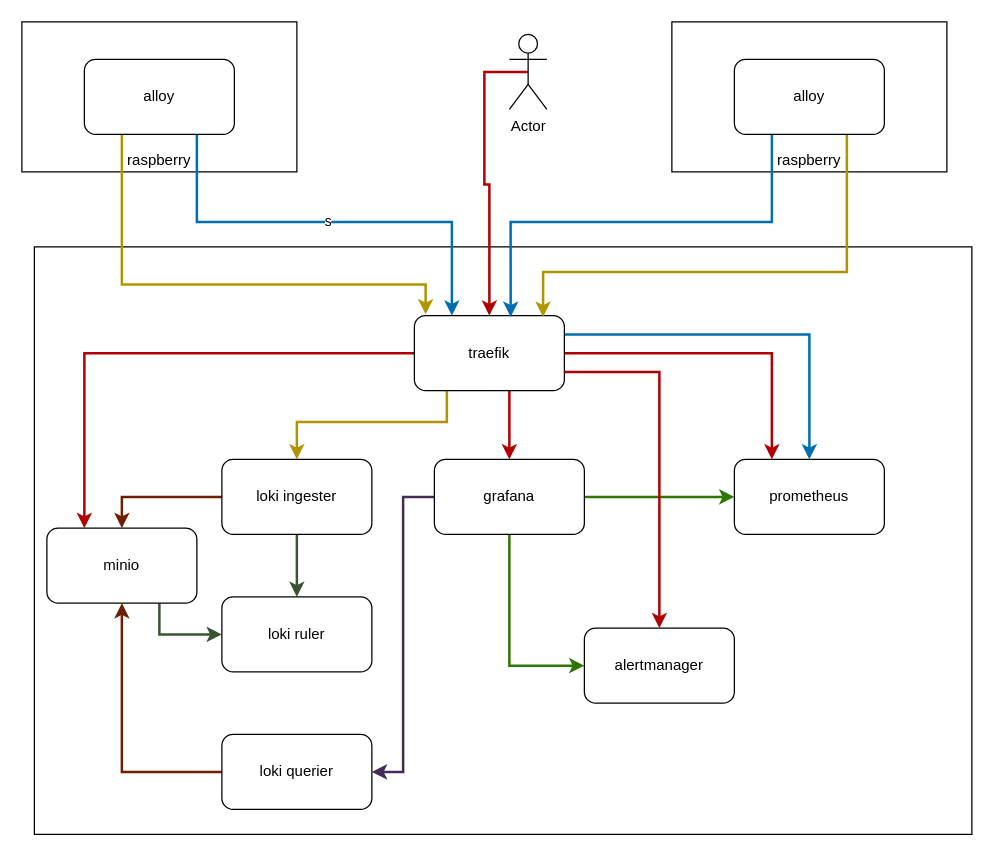
Above: metricmind.drawio in mdiazn80/metricmind (draw.io), before the change. Source tidied: cells renumbered, new cells numbered last; positions are measured from the earlier drawing's top-left corner, leaving out a move shared by most shapes. Both pictures are drawn from the tidied source at 125%, with x=0, y=0 at pixel (21, 21).
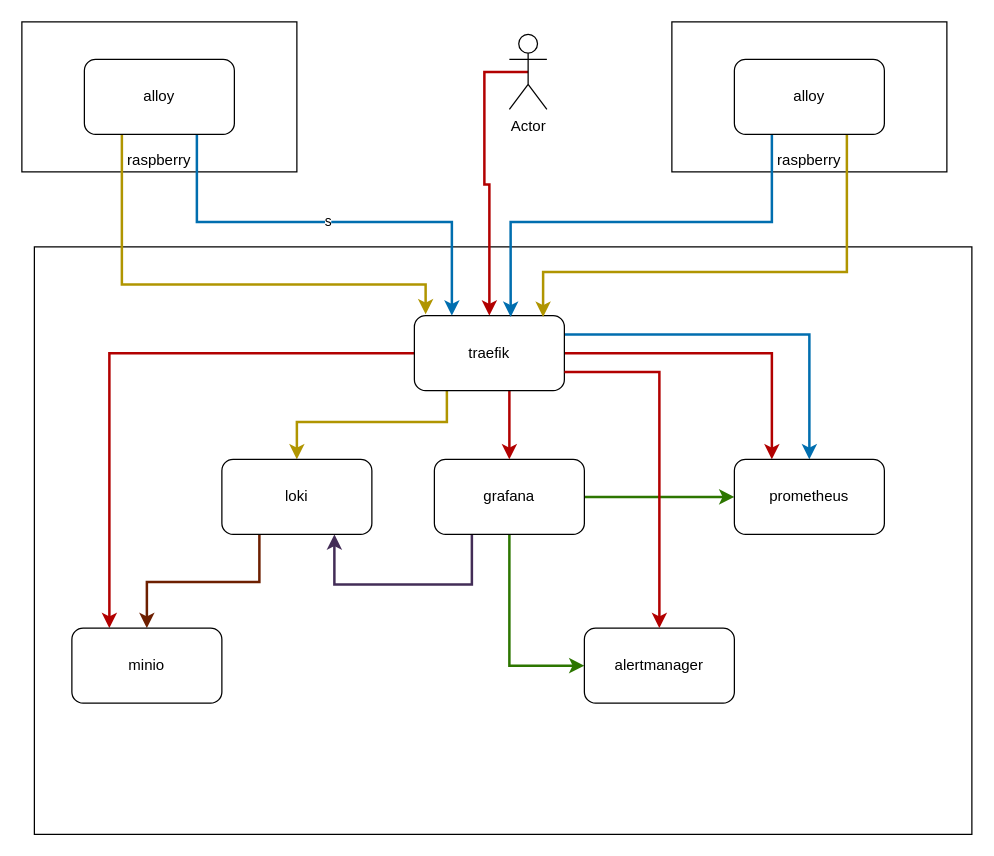
The same diagram, later.

The change refers to these unchanged cells:
```xml
<mxCell id="6" value="grafana" style="rounded=1;whiteSpace=wrap;html=1;" parent="1" vertex="1">
  <mxGeometry x="330" y="350" width="120" height="60" as="geometry" />
</mxCell>
```

The edit, as a diff of the source:
```diff
@@
-    <mxCell id="4" style="edgeStyle=orthogonalEdgeStyle;rounded=0;jettySize=auto;html=1;entryX=1;entryY=0.5;entryDx=0;entryDy=0;fillColor=#76608a;strokeColor=#432D57;strokeWidth=2;" parent="1" edge="1" source="6" target="28">
-      <mxGeometry relative="1" as="geometry" />
+    <mxCell id="4" style="edgeStyle=orthogonalEdgeStyle;rounded=0;jettySize=auto;html=1;entryX=0.75;entryY=1;entryDx=0;entryDy=0;fillColor=#76608a;strokeColor=#432D57;strokeWidth=2;" parent="1" edge="1" source="6" target="22">
+      <mxGeometry relative="1" as="geometry">
+        <Array as="points">
+          <mxPoint x="360" y="450" />
+          <mxPoint x="250" y="450" />
+        </Array>
+      </mxGeometry>
     </mxCell>
@@
     <mxCell id="20" style="edgeStyle=orthogonalEdgeStyle;rounded=0;jettySize=auto;html=1;entryX=0.5;entryY=0;entryDx=0;entryDy=0;fillColor=#a0522d;strokeColor=#6D1F00;strokeWidth=2;" parent="1" edge="1" source="22" target="30">
-      <mxGeometry relative="1" as="geometry" />
+      <mxGeometry relative="1" as="geometry">
+        <Array as="points">
+          <mxPoint x="190" y="448" />
+          <mxPoint x="100" y="448" />
+        </Array>
+      </mxGeometry>
     </mxCell>
-    <mxCell id="21" style="edgeStyle=orthogonalEdgeStyle;rounded=0;jettySize=auto;html=1;fillColor=#6d8764;strokeColor=#3A5431;strokeWidth=2;" parent="1" edge="1" source="22" target="31">
-      <mxGeometry relative="1" as="geometry" />
-    </mxCell>
-    <mxCell id="22" value="loki ingester" style="rounded=1;whiteSpace=wrap;html=1;" parent="1" vertex="1">
+    <mxCell id="22" value="loki" style="rounded=1;whiteSpace=wrap;html=1;" parent="1" vertex="1">
       <mxGeometry x="160" y="350" width="120" height="60" as="geometry" />
     </mxCell>
@@
-    <mxCell id="27" style="edgeStyle=orthogonalEdgeStyle;rounded=0;jettySize=auto;html=1;entryX=0.5;entryY=1;entryDx=0;entryDy=0;strokeWidth=2;fillColor=#a0522d;strokeColor=#6D1F00;" parent="1" edge="1" source="28" target="30">
-      <mxGeometry relative="1" as="geometry" />
-    </mxCell>
-    <mxCell id="28" value="loki querier" style="rounded=1;whiteSpace=wrap;html=1;" parent="1" vertex="1">
-      <mxGeometry x="160" y="570" width="120" height="60" as="geometry" />
-    </mxCell>
-    <mxCell id="29" style="edgeStyle=orthogonalEdgeStyle;rounded=0;jettySize=auto;html=1;strokeWidth=2;fillColor=#6d8764;strokeColor=#3A5431;" parent="1" edge="1" source="30" target="31">
-      <mxGeometry relative="1" as="geometry">
-        <Array as="points">
-          <mxPoint x="110" y="490" />
-        </Array>
-      </mxGeometry>
-    </mxCell>
     <mxCell id="30" value="minio" style="rounded=1;whiteSpace=wrap;html=1;" parent="1" vertex="1">
-      <mxGeometry x="20" y="405" width="120" height="60" as="geometry" />
+      <mxGeometry x="40" y="485" width="120" height="60" as="geometry" />
     </mxCell>
-    <mxCell id="31" value="loki ruler" style="rounded=1;whiteSpace=wrap;html=1;" parent="1" vertex="1">
-      <mxGeometry x="160" y="460" width="120" height="60" as="geometry" />
-    </mxCell>
```
